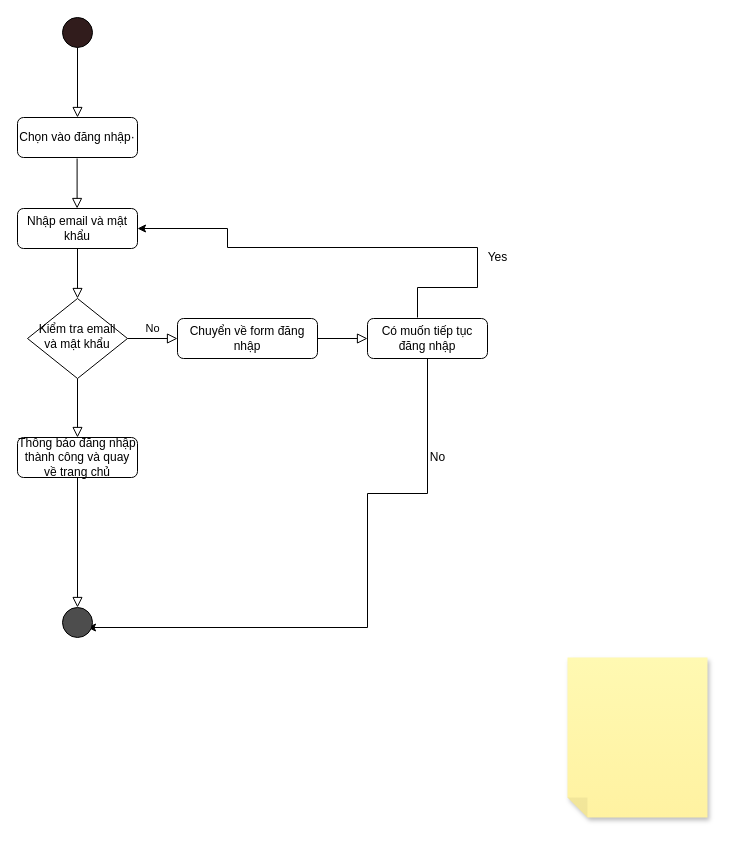
Earlier version of the draw.io diagram Untitled Diagram.drawio (quocviet02/rtk_query). Source tidied: cells renumbered, new cells numbered last; positions are measured from the earlier drawing's top-left corner, leaving out a move shared by most shapes. Both pictures are drawn from the tidied source at 100%, with x=0, y=0 at pixel (17, 17).
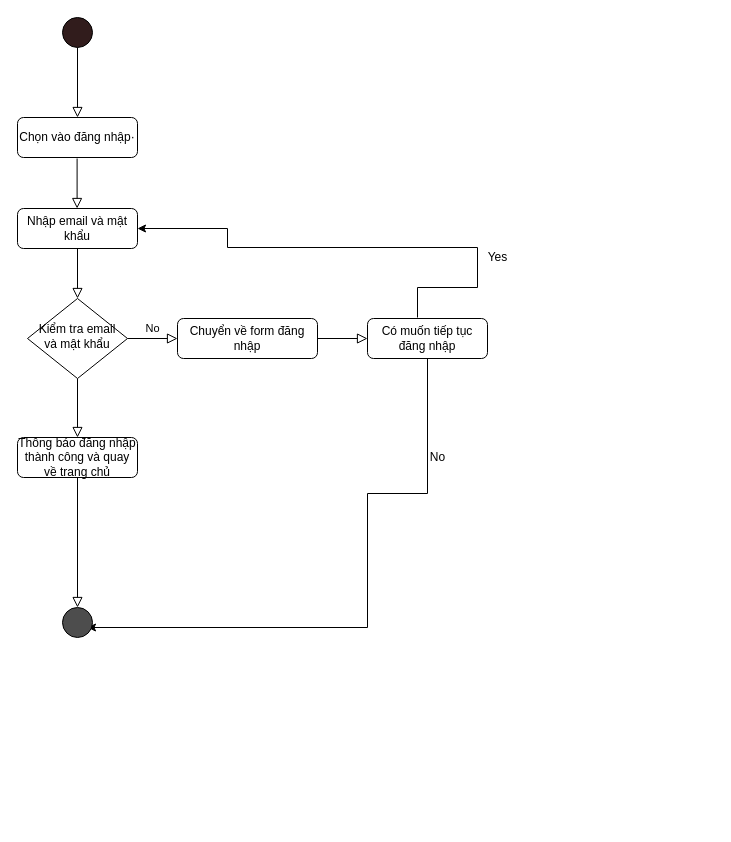
After the change.

Change to the diagram source:
```diff
@@
-    <mxCell id="21" style="shape=note;whiteSpace=wrap;html=1;backgroundOutline=1;fontColor=#000000;darkOpacity=0.05;fillColor=#FFF9B2;strokeColor=none;fillStyle=solid;direction=west;gradientDirection=north;gradientColor=#FFF2A1;shadow=1;size=20;" parent="1" vertex="1">
-      <mxGeometry x="550" y="640" width="140" height="160" as="geometry" />
-    </mxCell>
```
